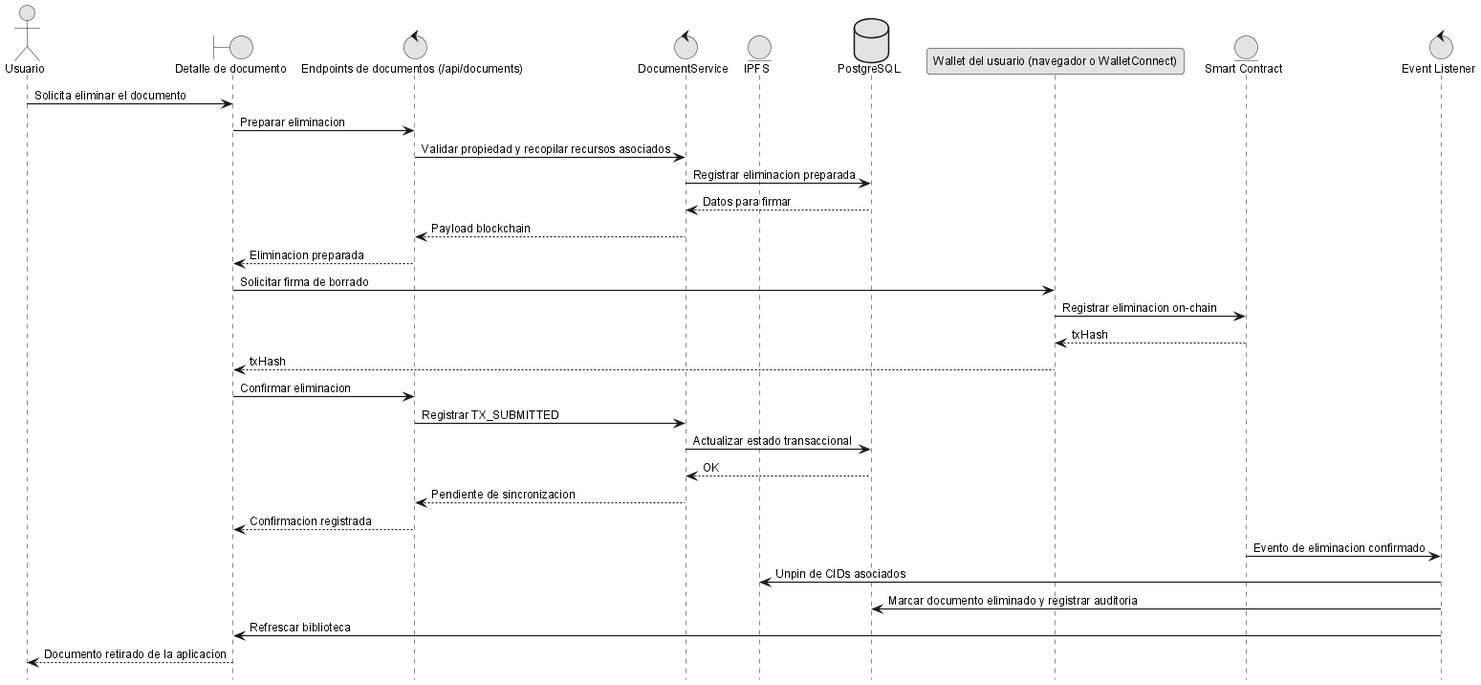
This is anexos/diagramas/seq-delete.png from ErDeivih/DocumentChain, a PlantUML export, as it was before one commit.
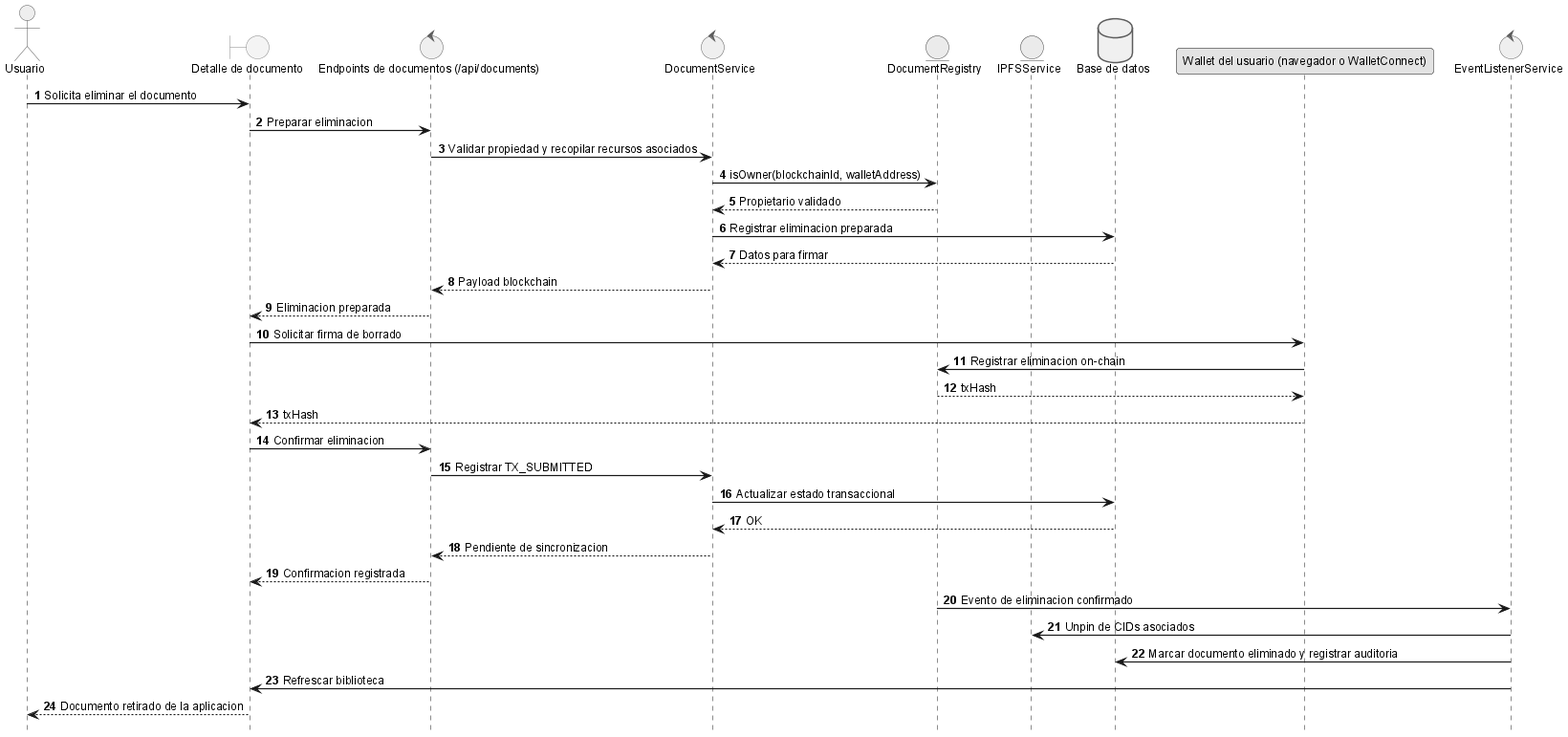
After the commit.

What changed in the source:
```diff
@@ -4,15 +4,17 @@
 boundary "Detalle de documento" as ui
 control "Endpoints de documentos (/api/documents)" as api
 control "DocumentService" as srv
-entity "IPFS" as ipfs
-database "PostgreSQL" as db
+entity "DocumentRegistry" as sc
+entity "IPFSService" as ipfs
+database "Base de datos" as db
 participant "Wallet del usuario (navegador o WalletConnect)" as wallet
-entity "Smart Contract" as sc
-control "Event Listener" as listener
+control "EventListenerService" as listener
 
 user -> ui: Solicita eliminar el documento
 ui -> api: Preparar eliminacion
 api -> srv: Validar propiedad y recopilar recursos asociados
+srv -> sc: isOwner(blockchainId, walletAddress)
+sc --> srv: Propietario validado
 srv -> db: Registrar eliminacion preparada
 db --> srv: Datos para firmar
 srv --> api: Payload blockchain
```
